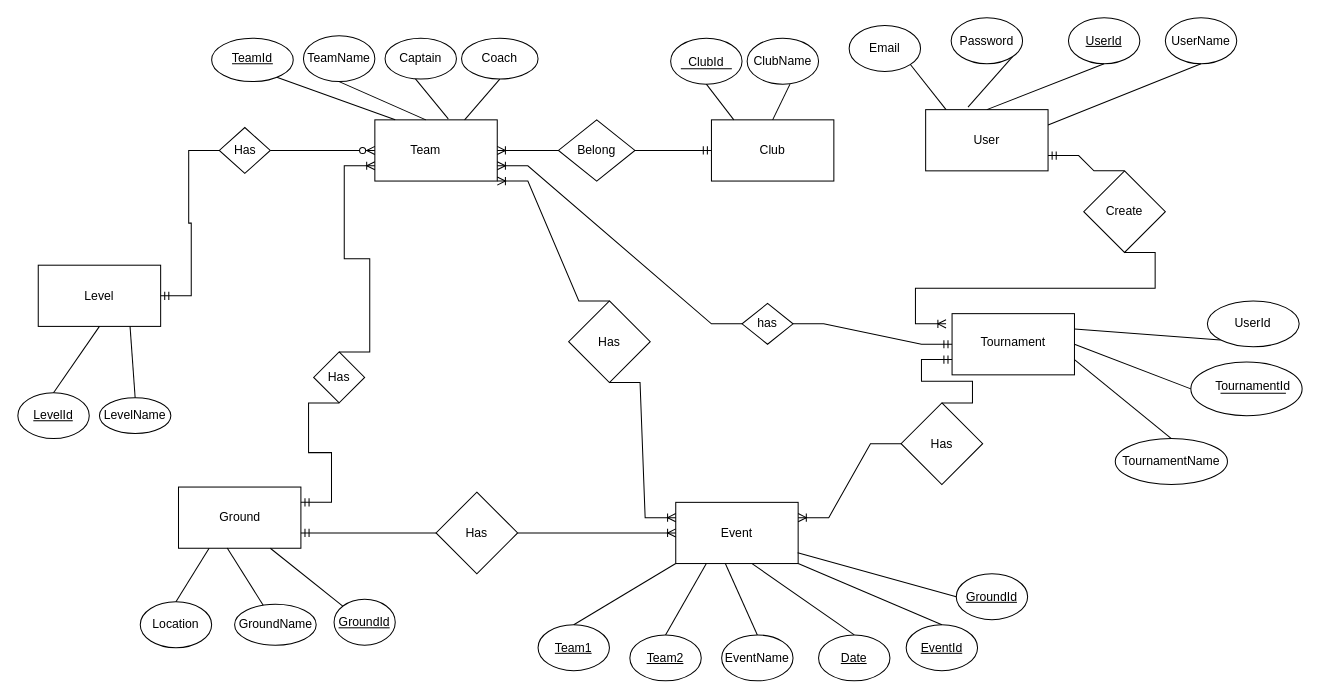
Earlier version of the draw.io diagram Untitled Diagram.drawio (chamithopatha/Crickfix). Source tidied: cells renumbered, new cells numbered last; positions are measured from the earlier drawing's top-left corner, leaving out a move shared by most shapes. Both pictures are drawn from the tidied source at 102%, with x=0, y=0 at pixel (17, 17).
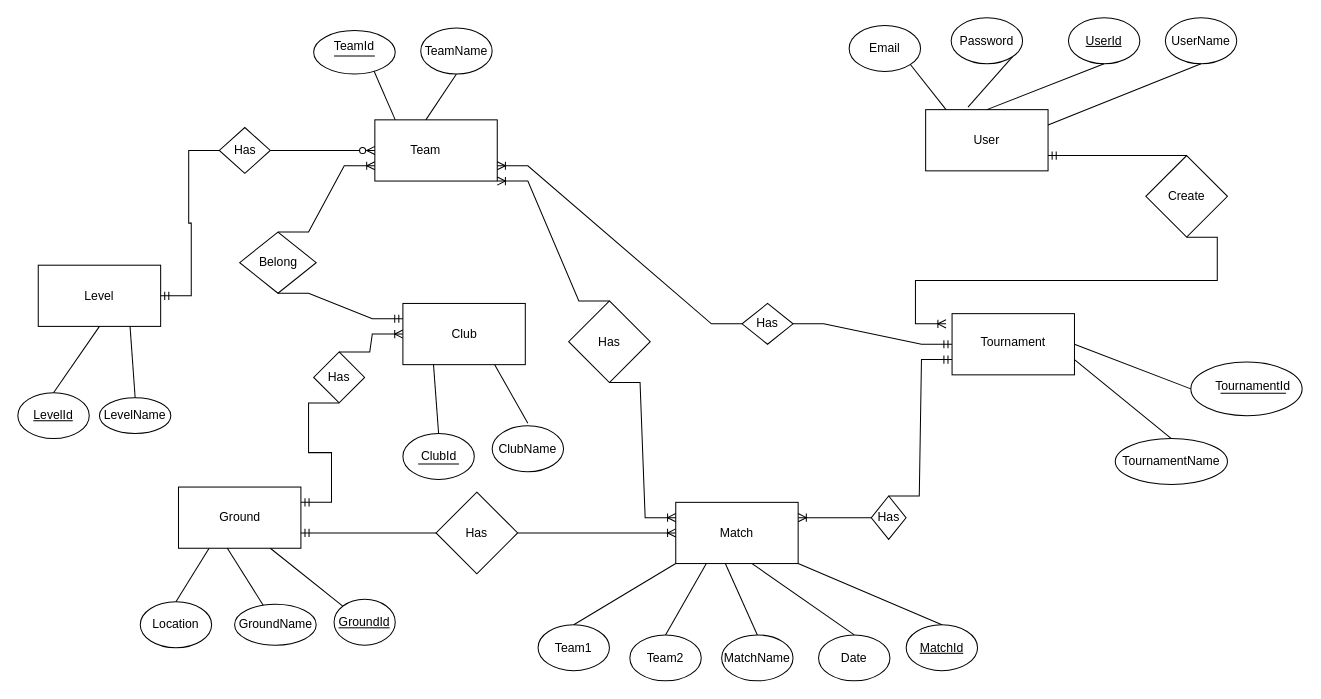
After the change.

The change refers to these unchanged cells:
```xml
<mxCell id="15" style="rounded=0;whiteSpace=wrap;html=1;" parent="1" vertex="1">
  <mxGeometry x="350" y="100" width="120" height="60" as="geometry" />
</mxCell>
<mxCell id="22" style="rounded=0;whiteSpace=wrap;html=1;" parent="1" vertex="1">
  <mxGeometry x="645" y="475" width="120" height="60" as="geometry" />
</mxCell>
<mxCell id="36" style="rounded=0;whiteSpace=wrap;html=1;" parent="1" vertex="1">
  <mxGeometry x="915.9" y="290" width="120" height="60" as="geometry" />
</mxCell>
<mxCell id="61" value="Has" style="rhombus;whiteSpace=wrap;html=1;rotation=0;" parent="1" vertex="1">
  <mxGeometry x="290" y="327.5" width="50" height="50" as="geometry" />
</mxCell>
```

Change to the diagram source:
```diff
@@
     <mxCell id="5" value="TeamName" style="ellipse;whiteSpace=wrap;html=1;" parent="1" vertex="1">
-      <mxGeometry x="280" y="17.5" width="70" height="45" as="geometry" />
+      <mxGeometry x="395" y="10" width="70" height="45" as="geometry" />
     </mxCell>
-    <mxCell id="6" value="&lt;u&gt;Team2&lt;/u&gt;" style="ellipse;whiteSpace=wrap;html=1;" parent="1" vertex="1">
+    <mxCell id="6" value="Team2" style="ellipse;whiteSpace=wrap;html=1;" parent="1" vertex="1">
       <mxGeometry x="600" y="605" width="70" height="45" as="geometry" />
     </mxCell>
@@
-    <mxCell id="23" value="Event" style="text;html=1;strokeColor=none;fillColor=none;align=center;verticalAlign=middle;whiteSpace=wrap;rounded=0;" parent="1" vertex="1">
+    <mxCell id="23" value="Match" style="text;html=1;strokeColor=none;fillColor=none;align=center;verticalAlign=middle;whiteSpace=wrap;rounded=0;" parent="1" vertex="1">
       <mxGeometry x="675" y="490" width="60" height="30" as="geometry" />
     </mxCell>
@@
-    <mxCell id="25" style="rounded=0;whiteSpace=wrap;html=1;" parent="1" vertex="1">
-      <mxGeometry x="680" y="100" width="120" height="60" as="geometry" />
-    </mxCell>
-    <mxCell id="26" value="Club" style="text;html=1;strokeColor=none;fillColor=none;align=center;verticalAlign=middle;whiteSpace=wrap;rounded=0;" parent="1" vertex="1">
-      <mxGeometry x="710" y="115" width="60" height="30" as="geometry" />
-    </mxCell>
-    <mxCell id="27" style="ellipse;whiteSpace=wrap;html=1;" parent="1" vertex="1">
-      <mxGeometry x="640" y="20" width="70" height="45" as="geometry" />
-    </mxCell>
-    <mxCell id="28" value="ClubId" style="text;html=1;strokeColor=none;fillColor=none;align=center;verticalAlign=middle;whiteSpace=wrap;rounded=0;" parent="1" vertex="1">
-      <mxGeometry x="645" y="30" width="60" height="27.5" as="geometry" />
-    </mxCell>
-    <mxCell id="29" style="endArrow=none;html=1;rounded=0;" parent="1" edge="1">
-      <mxGeometry relative="1" as="geometry">
-        <mxPoint x="650" y="50" as="sourcePoint" />
-        <mxPoint x="700" y="50" as="targetPoint" />
-      </mxGeometry>
-    </mxCell>
-    <mxCell id="30" style="ellipse;whiteSpace=wrap;html=1;" parent="1" vertex="1">
-      <mxGeometry x="715" y="20" width="70" height="45" as="geometry" />
-    </mxCell>
-    <mxCell id="31" value="ClubName" style="text;html=1;strokeColor=none;fillColor=none;align=center;verticalAlign=middle;whiteSpace=wrap;rounded=0;" parent="1" vertex="1">
-      <mxGeometry x="720" y="27.5" width="60" height="30" as="geometry" />
-    </mxCell>
-    <mxCell id="32" style="endArrow=none;html=1;rounded=0;entryX=0.5;entryY=1;entryDx=0;entryDy=0;exitX=0.183;exitY=0;exitDx=0;exitDy=0;exitPerimeter=0;" parent="1" edge="1" source="25" target="27">
-      <mxGeometry relative="1" as="geometry" />
-    </mxCell>
-    <mxCell id="33" style="endArrow=none;html=1;rounded=0;entryX=0.6;entryY=1;entryDx=0;entryDy=0;entryPerimeter=0;exitX=0.5;exitY=0;exitDx=0;exitDy=0;" parent="1" edge="1" source="25" target="30">
-      <mxGeometry relative="1" as="geometry" />
-    </mxCell>
@@
     <mxCell id="43" value="Belong" style="shape=rhombus;perimeter=rhombusPerimeter;whiteSpace=wrap;html=1;align=center;" parent="1" vertex="1">
-      <mxGeometry x="530" y="100" width="75" height="60" as="geometry" />
+      <mxGeometry x="217.5" y="210" width="75" height="60" as="geometry" />
     </mxCell>
-    <mxCell id="44" style="edgeStyle=entityRelationEdgeStyle;fontSize=12;html=1;endArrow=ERoneToMany;rounded=0;exitX=0;exitY=0.5;exitDx=0;exitDy=0;entryX=1;entryY=0.5;entryDx=0;entryDy=0;" parent="1" edge="1" source="43" target="15">
-      <mxGeometry relative="1" as="geometry" />
-    </mxCell>
-    <mxCell id="45" value="EventName" style="ellipse;whiteSpace=wrap;html=1;" parent="1" vertex="1">
+    <mxCell id="45" value="MatchName" style="ellipse;whiteSpace=wrap;html=1;" parent="1" vertex="1">
       <mxGeometry x="690" y="605" width="70" height="45" as="geometry" />
     </mxCell>
@@
-    <mxCell id="48" style="endArrow=none;html=1;rounded=0;entryX=0.35;entryY=0.97;entryDx=0;entryDy=0;entryPerimeter=0;exitX=0.683;exitY=-0.017;exitDx=0;exitDy=0;exitPerimeter=0;" parent="1" edge="1">
-      <mxGeometry relative="1" as="geometry">
-        <mxPoint x="422" y="99" as="sourcePoint" />
-        <mxPoint x="388" y="57.6" as="targetPoint" />
-      </mxGeometry>
-    </mxCell>
@@
-    <mxCell id="58" value="has" style="rhombus;whiteSpace=wrap;html=1;rotation=0;" parent="1" vertex="1">
+    <mxCell id="58" value="Has" style="rhombus;whiteSpace=wrap;html=1;rotation=0;" parent="1" vertex="1">
       <mxGeometry x="710" y="280" width="50" height="40" as="geometry" />
     </mxCell>
@@
-    <mxCell id="64" style="edgeStyle=entityRelationEdgeStyle;fontSize=12;html=1;endArrow=ERmandOne;rounded=0;entryX=0;entryY=0.5;entryDx=0;entryDy=0;exitX=1;exitY=0.5;exitDx=0;exitDy=0;" parent="1" edge="1" source="43" target="25">
-      <mxGeometry relative="1" as="geometry" />
-    </mxCell>
-    <mxCell id="65" value="Captain" style="ellipse;whiteSpace=wrap;html=1;align=center;" parent="1" vertex="1">
-      <mxGeometry x="360" y="20" width="70" height="40" as="geometry" />
-    </mxCell>
-    <mxCell id="66" value="Coach" style="ellipse;whiteSpace=wrap;html=1;align=center;" parent="1" vertex="1">
-      <mxGeometry x="435" y="20" width="75" height="40" as="geometry" />
-    </mxCell>
-    <mxCell id="67" style="endArrow=none;html=1;rounded=0;exitX=0.817;exitY=0;exitDx=0;exitDy=0;exitPerimeter=0;entryX=0.5;entryY=1;entryDx=0;entryDy=0;" parent="1" edge="1" target="66">
-      <mxGeometry relative="1" as="geometry">
-        <mxPoint x="438" y="100" as="sourcePoint" />
-      </mxGeometry>
-    </mxCell>
-    <mxCell id="68" value="&lt;u&gt;Team1&lt;/u&gt;" style="ellipse;whiteSpace=wrap;html=1;" parent="1" vertex="1">
+    <mxCell id="68" value="Team1" style="ellipse;whiteSpace=wrap;html=1;" parent="1" vertex="1">
       <mxGeometry x="510" y="595" width="70" height="45" as="geometry" />
     </mxCell>
@@
-    <mxCell id="70" value="&lt;u&gt;Date&lt;/u&gt;" style="ellipse;whiteSpace=wrap;html=1;" parent="1" vertex="1">
+    <mxCell id="70" value="Date" style="ellipse;whiteSpace=wrap;html=1;" parent="1" vertex="1">
       <mxGeometry x="785" y="605" width="70" height="45" as="geometry" />
     </mxCell>
@@
-    <mxCell id="72" value="&lt;u&gt;EventId&lt;/u&gt;" style="ellipse;whiteSpace=wrap;html=1;" parent="1" vertex="1">
+    <mxCell id="72" value="&lt;u&gt;MatchId&lt;/u&gt;" style="ellipse;whiteSpace=wrap;html=1;" parent="1" vertex="1">
       <mxGeometry x="870.9" y="595" width="70" height="45" as="geometry" />
     </mxCell>
@@
-    <mxCell id="74" value="&lt;u&gt;GroundId&lt;/u&gt;" style="ellipse;whiteSpace=wrap;html=1;" parent="1" vertex="1">
-      <mxGeometry x="920" y="545" width="70" height="45" as="geometry" />
-    </mxCell>
-    <mxCell id="75" style="endArrow=none;html=1;rounded=0;entryX=0;entryY=0.5;entryDx=0;entryDy=0;exitX=0.996;exitY=0.824;exitDx=0;exitDy=0;exitPerimeter=0;" parent="1" edge="1" source="22" target="74">
-      <mxGeometry relative="1" as="geometry" />
-    </mxCell>
@@
-    <mxCell id="78" style="endArrow=none;html=1;rounded=0;exitX=1;exitY=0.25;exitDx=0;exitDy=0;entryX=0;entryY=1;entryDx=0;entryDy=0;" parent="1" edge="1" source="36" target="79">
-      <mxGeometry relative="1" as="geometry" />
-    </mxCell>
-    <mxCell id="79" value="UserId" style="ellipse;whiteSpace=wrap;html=1;" parent="1" vertex="1">
-      <mxGeometry x="1166.2" y="277.5" width="90" height="45" as="geometry" />
-    </mxCell>
@@
     <mxCell id="82" value="Create" style="rhombus;whiteSpace=wrap;html=1;rotation=0;" parent="1" vertex="1">
-      <mxGeometry x="1045" y="150" width="80" height="80" as="geometry" />
+      <mxGeometry x="1105.9" y="135" width="80" height="80" as="geometry" />
     </mxCell>
     <mxCell id="83" style="ellipse;whiteSpace=wrap;html=1;" parent="1" vertex="1">
-      <mxGeometry x="190" y="20" width="80" height="42.5" as="geometry" />
+      <mxGeometry x="290" y="12.5" width="80" height="42.5" as="geometry" />
     </mxCell>
     <mxCell id="84" value="TeamId" style="text;html=1;strokeColor=none;fillColor=none;align=center;verticalAlign=middle;whiteSpace=wrap;rounded=0;" parent="1" vertex="1">
-      <mxGeometry x="200" y="25" width="60" height="30" as="geometry" />
+      <mxGeometry x="300" y="12.5" width="60" height="30" as="geometry" />
     </mxCell>
     <mxCell id="85" style="endArrow=none;html=1;rounded=0;" parent="1" edge="1">
       <mxGeometry relative="1" as="geometry">
-        <mxPoint x="210" y="45" as="sourcePoint" />
-        <mxPoint x="250" y="45" as="targetPoint" />
+        <mxPoint x="310" y="37.5" as="sourcePoint" />
+        <mxPoint x="350" y="37.5" as="targetPoint" />
       </mxGeometry>
     </mxCell>
@@
     <mxCell id="90" value="Has" style="rhombus;whiteSpace=wrap;html=1;" parent="1" vertex="1">
-      <mxGeometry x="865.9" y="377.5" width="80" height="80" as="geometry" />
+      <mxGeometry x="836.7" y="468.8" width="34.1" height="42.5" as="geometry" />
     </mxCell>
@@
-    <mxCell id="95" style="edgeStyle=entityRelationEdgeStyle;fontSize=12;html=1;endArrow=ERoneToMany;rounded=0;exitX=0.5;exitY=0;exitDx=0;exitDy=0;entryX=0;entryY=0.75;entryDx=0;entryDy=0;" parent="1" edge="1" source="61" target="15">
+    <mxCell id="95" style="edgeStyle=entityRelationEdgeStyle;fontSize=12;html=1;endArrow=ERoneToMany;rounded=0;exitX=0.5;exitY=0;exitDx=0;exitDy=0;entryX=0;entryY=0.5;entryDx=0;entryDy=0;" parent="1" edge="1" source="61" target="99">
       <mxGeometry relative="1" as="geometry">
         <Array as="points">
           <mxPoint x="330" y="280" />
           <mxPoint x="320" y="280" />
         </Array>
       </mxGeometry>
     </mxCell>
@@
+    <mxCell id="99" style="rounded=0;whiteSpace=wrap;html=1;" parent="1" vertex="1">
+      <mxGeometry x="377.5" y="280" width="120" height="60" as="geometry" />
+    </mxCell>
+    <mxCell id="26" value="Club" style="text;html=1;strokeColor=none;fillColor=none;align=center;verticalAlign=middle;whiteSpace=wrap;rounded=0;" parent="1" vertex="1">
+      <mxGeometry x="407.5" y="295" width="60" height="30" as="geometry" />
+    </mxCell>
+    <mxCell id="28" value="ClubId" style="ellipse;whiteSpace=wrap;html=1;" parent="1" vertex="1">
+      <mxGeometry x="377.5" y="407.5" width="70" height="45" as="geometry" />
+    </mxCell>
+    <mxCell id="100" style="ellipse;whiteSpace=wrap;html=1;" parent="1" vertex="1">
+      <mxGeometry x="465" y="400" width="70" height="45" as="geometry" />
+    </mxCell>
+    <mxCell id="31" value="ClubName" style="text;html=1;strokeColor=none;fillColor=none;align=center;verticalAlign=middle;whiteSpace=wrap;rounded=0;" parent="1" vertex="1">
+      <mxGeometry x="470" y="407.5" width="60" height="30" as="geometry" />
+    </mxCell>
+    <mxCell id="101" style="endArrow=none;html=1;rounded=0;entryX=0.5;entryY=0;entryDx=0;entryDy=0;exitX=0.25;exitY=1;exitDx=0;exitDy=0;" parent="1" edge="1" source="99" target="28">
+      <mxGeometry relative="1" as="geometry" />
+    </mxCell>
+    <mxCell id="102" style="endArrow=none;html=1;rounded=0;exitX=0.75;exitY=1;exitDx=0;exitDy=0;" parent="1" edge="1" source="99">
+      <mxGeometry relative="1" as="geometry">
+        <mxPoint x="500" y="397.5" as="targetPoint" />
+      </mxGeometry>
+    </mxCell>
+    <mxCell id="103" style="edgeStyle=entityRelationEdgeStyle;fontSize=12;html=1;endArrow=ERmandOne;rounded=0;entryX=0;entryY=0.25;entryDx=0;entryDy=0;exitX=0.5;exitY=1;exitDx=0;exitDy=0;" parent="1" edge="1" source="43" target="99">
+      <mxGeometry relative="1" as="geometry">
+        <Array as="points">
+          <mxPoint x="296.2" y="203" />
+          <mxPoint x="406.2" y="250" />
+          <mxPoint x="416.2" y="270" />
+          <mxPoint x="406.2" y="270" />
+          <mxPoint x="416.2" y="260" />
+          <mxPoint x="406.2" y="270" />
+        </Array>
+      </mxGeometry>
+    </mxCell>
+    <mxCell id="44" style="edgeStyle=entityRelationEdgeStyle;fontSize=12;html=1;endArrow=ERoneToMany;rounded=0;entryX=0;entryY=0.75;entryDx=0;entryDy=0;exitX=0.5;exitY=0;exitDx=0;exitDy=0;" parent="1" edge="1" source="43" target="15">
+      <mxGeometry relative="1" as="geometry" />
+    </mxCell>
+    <mxCell id="104" style="endArrow=none;html=1;rounded=0;" parent="1" edge="1">
+      <mxGeometry relative="1" as="geometry">
+        <mxPoint x="392.5" y="437.5" as="sourcePoint" />
+        <mxPoint x="432.5" y="437.5" as="targetPoint" />
+      </mxGeometry>
+    </mxCell>
```
